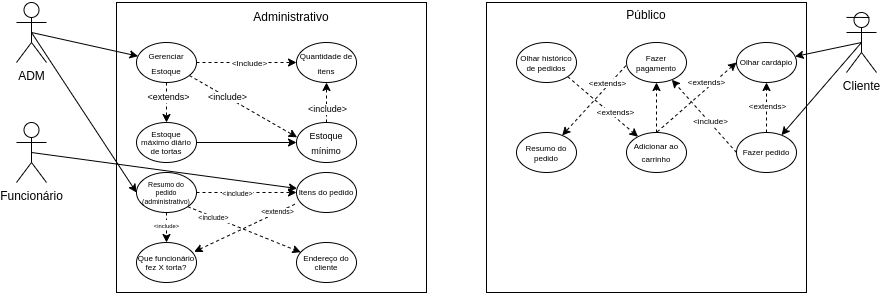
Above: UC_d.drawio.png in FreelyTian/docs (draw.io), before the change. Source tidied: cells renumbered, new cells last; positions are measured from the earlier drawing's top-left corner, leaving out a move shared by most shapes.
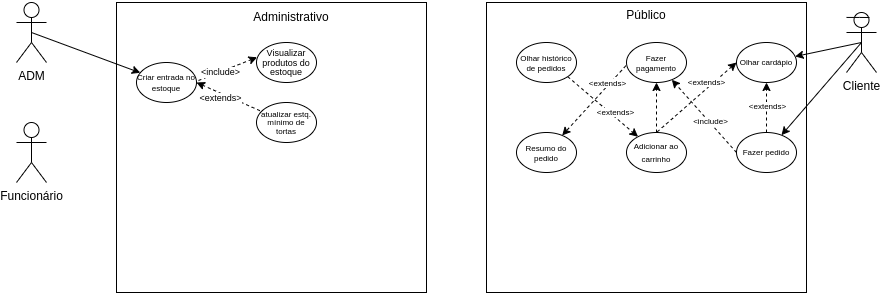
The same file after the commit.

What changed in the source:
```diff
@@ -11,15 +11,9 @@
     <mxCell id="4" style="edgeStyle=none;rounded=0;jettySize=auto;html=1;exitX=0.5;exitY=0.5;exitDx=0;exitDy=0;exitPerimeter=0;fontSize=9;" parent="1" edge="1" source="6" target="19">
       <mxGeometry relative="1" as="geometry" />
     </mxCell>
-    <mxCell id="5" style="edgeStyle=none;rounded=0;jettySize=auto;html=1;exitX=0.5;exitY=0.5;exitDx=0;exitDy=0;exitPerimeter=0;entryX=0;entryY=0.5;entryDx=0;entryDy=0;fontSize=9;" parent="1" edge="1" source="6" target="37">
-      <mxGeometry relative="1" as="geometry" />
-    </mxCell>
     <mxCell id="6" value="ADM" style="shape=umlActor;verticalLabelPosition=bottom;verticalAlign=top;html=1;outlineConnect=0;" parent="1" vertex="1">
       <mxGeometry y="2" width="30" height="60" as="geometry" />
     </mxCell>
-    <mxCell id="7" style="edgeStyle=none;rounded=0;jettySize=auto;html=1;exitX=0.5;exitY=0.5;exitDx=0;exitDy=0;exitPerimeter=0;fontSize=9;" parent="1" edge="1" source="8" target="29">
-      <mxGeometry relative="1" as="geometry" />
-    </mxCell>
     <mxCell id="8" value="Funcionário" style="shape=umlActor;verticalLabelPosition=bottom;verticalAlign=top;html=1;outlineConnect=0;" parent="1" vertex="1">
       <mxGeometry y="122" width="30" height="60" as="geometry" />
     </mxCell>
@@ -35,89 +29,29 @@
     <mxCell id="12" value="Administrativo" style="text;html=1;strokeColor=none;fillColor=none;align=center;verticalAlign=middle;whiteSpace=wrap;rounded=0;" parent="1" vertex="1">
       <mxGeometry x="245" y="2" width="60" height="30" as="geometry" />
     </mxCell>
-    <mxCell id="13" style="edgeStyle=orthogonalEdgeStyle;rounded=0;jettySize=auto;html=1;fontSize=8;dashed=1;" parent="1" edge="1" source="19" target="20">
-      <mxGeometry relative="1" as="geometry" />
-    </mxCell>
-    <mxCell id="14" value="&amp;lt;Include&amp;gt;" style="edgeLabel;html=1;align=center;verticalAlign=middle;fontSize=8;" parent="13" vertex="1">
-      <mxGeometry x="0.27" y="-1" relative="1" as="geometry">
-        <mxPoint x="-11" y="-1" as="offset" />
-      </mxGeometry>
-    </mxCell>
-    <mxCell id="15" style="edgeStyle=none;rounded=0;jettySize=auto;html=1;dashed=1;fontSize=9;entryX=0.01;entryY=0.37;entryDx=0;entryDy=0;entryPerimeter=0;" parent="1" edge="1" source="19" target="23">
+    <mxCell id="15" style="edgeStyle=none;rounded=0;jettySize=auto;html=1;dashed=1;fontSize=9;entryX=0.01;entryY=0.37;entryDx=0;entryDy=0;entryPerimeter=0;exitX=1.033;exitY=0.45;exitDx=0;exitDy=0;exitPerimeter=0;" parent="1" edge="1" source="19" target="23">
       <mxGeometry relative="1" as="geometry" />
     </mxCell>
     <mxCell id="16" value="&amp;lt;include&amp;gt;" style="edgeLabel;html=1;align=center;verticalAlign=middle;fontSize=9;" parent="15" vertex="1">
       <mxGeometry x="-0.28" relative="1" as="geometry" />
     </mxCell>
-    <mxCell id="17" style="edgeStyle=none;rounded=0;jettySize=auto;html=1;exitX=0.5;exitY=1;exitDx=0;exitDy=0;fontSize=9;dashed=1;" parent="1" edge="1" source="19" target="25">
+    <mxCell id="17" style="edgeStyle=none;rounded=0;jettySize=auto;html=1;exitX=1;exitY=0.5;exitDx=0;exitDy=0;fontSize=9;dashed=1;startArrow=classic;startFill=1;endArrow=none;endFill=0;" parent="1" edge="1" source="19" target="25">
       <mxGeometry relative="1" as="geometry" />
     </mxCell>
     <mxCell id="18" value="&amp;lt;extends&amp;gt;" style="edgeLabel;html=1;align=center;verticalAlign=middle;fontSize=9;" parent="17" vertex="1">
-      <mxGeometry x="-0.28" y="1" relative="1" as="geometry" />
+      <mxGeometry x="-0.28" y="1" relative="1" as="geometry">
+        <mxPoint x="-1" y="6" as="offset" />
+      </mxGeometry>
     </mxCell>
-    <mxCell id="19" value="&lt;span style=&quot;font-size: 8px;&quot;&gt;Gerenciar Estoque&lt;/span&gt;" style="ellipse;whiteSpace=wrap;html=1;" parent="1" vertex="1">
-      <mxGeometry x="120" y="42" width="60" height="40" as="geometry" />
+    <mxCell id="19" value="&lt;p style=&quot;line-height: 70%;&quot;&gt;&lt;font style=&quot;font-size: 8px;&quot;&gt;Criar entrada no estoque&lt;/font&gt;&lt;/p&gt;" style="ellipse;whiteSpace=wrap;html=1;" parent="1" vertex="1">
+      <mxGeometry x="120" y="62" width="60" height="40" as="geometry" />
     </mxCell>
-    <mxCell id="20" value="&lt;font style=&quot;font-size: 8px;&quot;&gt;&lt;font style=&quot;font-size: 8px;&quot;&gt;Quantidade&lt;/font&gt; &lt;font style=&quot;font-size: 8px;&quot;&gt;de itens&lt;/font&gt;&lt;/font&gt;" style="ellipse;whiteSpace=wrap;html=1;" parent="1" vertex="1">
-      <mxGeometry x="280" y="42" width="60" height="40" as="geometry" />
-    </mxCell>
-    <mxCell id="21" style="rounded=0;jettySize=auto;html=1;exitX=0.5;exitY=0;exitDx=0;exitDy=0;dashed=1;fontSize=9;" parent="1" edge="1" source="23" target="20">
-      <mxGeometry relative="1" as="geometry" />
-    </mxCell>
-    <mxCell id="22" value="&amp;lt;include&amp;gt;" style="edgeLabel;html=1;align=center;verticalAlign=middle;fontSize=9;" parent="21" vertex="1">
-      <mxGeometry x="-0.3" y="-2" relative="1" as="geometry">
-        <mxPoint x="-2" as="offset" />
-      </mxGeometry>
-    </mxCell>
-    <mxCell id="23" value="&lt;font style=&quot;font-size: 9px;&quot;&gt;Estoque mínimo&lt;/font&gt;" style="ellipse;whiteSpace=wrap;html=1;" parent="1" vertex="1">
-      <mxGeometry x="280" y="122" width="60" height="40" as="geometry" />
+    <mxCell id="23" value="&lt;p style=&quot;line-height: 70%;&quot;&gt;&lt;font style=&quot;font-size: 9px;&quot;&gt;Visualizar produtos do estoque&lt;/font&gt;&lt;/p&gt;" style="ellipse;whiteSpace=wrap;html=1;" parent="1" vertex="1">
+      <mxGeometry x="240" y="42" width="60" height="40" as="geometry" />
     </mxCell>
-    <mxCell id="24" style="edgeStyle=none;rounded=0;jettySize=auto;html=1;exitX=1;exitY=0.5;exitDx=0;exitDy=0;fontSize=9;" parent="1" edge="1" source="25" target="23">
-      <mxGeometry relative="1" as="geometry" />
-    </mxCell>
-    <mxCell id="25" value="&lt;p style=&quot;line-height: 60%;&quot;&gt;&lt;span style=&quot;font-size: 8px;&quot;&gt;Estoque máximo diário de tortas&lt;/span&gt;&lt;/p&gt;" style="ellipse;whiteSpace=wrap;html=1;" parent="1" vertex="1">
-      <mxGeometry x="120" y="122" width="60" height="40" as="geometry" />
+    <mxCell id="25" value="&lt;p style=&quot;line-height: 60%;&quot;&gt;&lt;span style=&quot;font-size: 8px;&quot;&gt;atualizar estq. mínimo de tortas&lt;/span&gt;&lt;/p&gt;" style="ellipse;whiteSpace=wrap;html=1;" parent="1" vertex="1">
+      <mxGeometry x="240" y="102" width="60" height="40" as="geometry" />
     </mxCell>
-    <mxCell id="26" style="edgeStyle=none;rounded=0;jettySize=auto;html=1;fontSize=9;dashed=1;endArrow=none;endFill=0;startArrow=classic;startFill=1;exitX=0.961;exitY=0.233;exitDx=0;exitDy=0;exitPerimeter=0;" parent="1" edge="1" source="28">
-      <mxGeometry relative="1" as="geometry">
-        <mxPoint x="280" y="203" as="targetPoint" />
-      </mxGeometry>
-    </mxCell>
-    <mxCell id="27" value="&amp;lt;extends&amp;gt;" style="edgeLabel;html=1;align=center;verticalAlign=middle;fontSize=7;" parent="26" vertex="1">
-      <mxGeometry x="-0.7" y="-1" relative="1" as="geometry">
-        <mxPoint x="67" y="-33" as="offset" />
-      </mxGeometry>
-    </mxCell>
-    <mxCell id="28" value="&lt;p style=&quot;line-height: 60%;&quot;&gt;&lt;span style=&quot;font-size: 8px;&quot;&gt;Que funcionário fez X torta?&lt;/span&gt;&lt;/p&gt;" style="ellipse;whiteSpace=wrap;html=1;" parent="1" vertex="1">
-      <mxGeometry x="120" y="242" width="60" height="40" as="geometry" />
-    </mxCell>
-    <mxCell id="29" value="&lt;p style=&quot;line-height: 60%;&quot;&gt;&lt;span style=&quot;font-size: 8px;&quot;&gt;Itens do pedido&lt;/span&gt;&lt;/p&gt;" style="ellipse;whiteSpace=wrap;html=1;" parent="1" vertex="1">
-      <mxGeometry x="280" y="172" width="60" height="40" as="geometry" />
-    </mxCell>
-    <mxCell id="30" value="&lt;p style=&quot;line-height: 60%;&quot;&gt;&lt;span style=&quot;font-size: 8px;&quot;&gt;Endereço do cliente&lt;/span&gt;&lt;/p&gt;" style="ellipse;whiteSpace=wrap;html=1;" parent="1" vertex="1">
-      <mxGeometry x="280" y="242" width="60" height="40" as="geometry" />
-    </mxCell>
-    <mxCell id="31" style="edgeStyle=none;rounded=0;jettySize=auto;html=1;dashed=1;fontSize=7;" parent="1" edge="1" source="37" target="28">
-      <mxGeometry relative="1" as="geometry" />
-    </mxCell>
-    <mxCell id="32" value="&lt;sub&gt;&amp;lt;include&amp;gt;&lt;/sub&gt;" style="edgeLabel;html=1;align=center;verticalAlign=middle;fontSize=7;" parent="31" vertex="1">
-      <mxGeometry x="-0.26" y="-1" relative="1" as="geometry" />
-    </mxCell>
-    <mxCell id="33" style="edgeStyle=none;rounded=0;jettySize=auto;html=1;exitX=1;exitY=1;exitDx=0;exitDy=0;dashed=1;fontSize=7;" parent="1" edge="1" source="37" target="30">
-      <mxGeometry relative="1" as="geometry" />
-    </mxCell>
-    <mxCell id="34" value="&amp;lt;include&amp;gt;" style="edgeLabel;html=1;align=center;verticalAlign=middle;fontSize=7;" parent="33" vertex="1">
-      <mxGeometry x="-0.53" y="-1" relative="1" as="geometry" />
-    </mxCell>
-    <mxCell id="35" style="edgeStyle=none;rounded=0;jettySize=auto;html=1;exitX=1;exitY=0.5;exitDx=0;exitDy=0;dashed=1;fontSize=7;" parent="1" edge="1" source="37" target="29">
-      <mxGeometry relative="1" as="geometry" />
-    </mxCell>
-    <mxCell id="36" value="&amp;lt;include&amp;gt;" style="edgeLabel;html=1;align=center;verticalAlign=middle;fontSize=7;" parent="35" vertex="1">
-      <mxGeometry x="-0.19" y="-1" relative="1" as="geometry" />
-    </mxCell>
-    <mxCell id="37" value="&lt;p style=&quot;line-height: 60%;&quot;&gt;&lt;font style=&quot;font-size: 7px;&quot;&gt;Resumo do pedido (administrativo)&lt;/font&gt;&lt;/p&gt;" style="ellipse;whiteSpace=wrap;html=1;" parent="1" vertex="1">
-      <mxGeometry x="120" y="172" width="60" height="40" as="geometry" />
-    </mxCell>
     <mxCell id="38" style="rounded=0;jettySize=auto;html=1;exitX=0;exitY=0.5;exitDx=0;exitDy=0;entryX=0.5;entryY=0;entryDx=0;entryDy=0;dashed=1;fontSize=8;endArrow=none;endFill=0;startArrow=classic;startFill=1;" parent="1" edge="1" source="40" target="52">
       <mxGeometry relative="1" as="geometry" />
     </mxCell>
```
